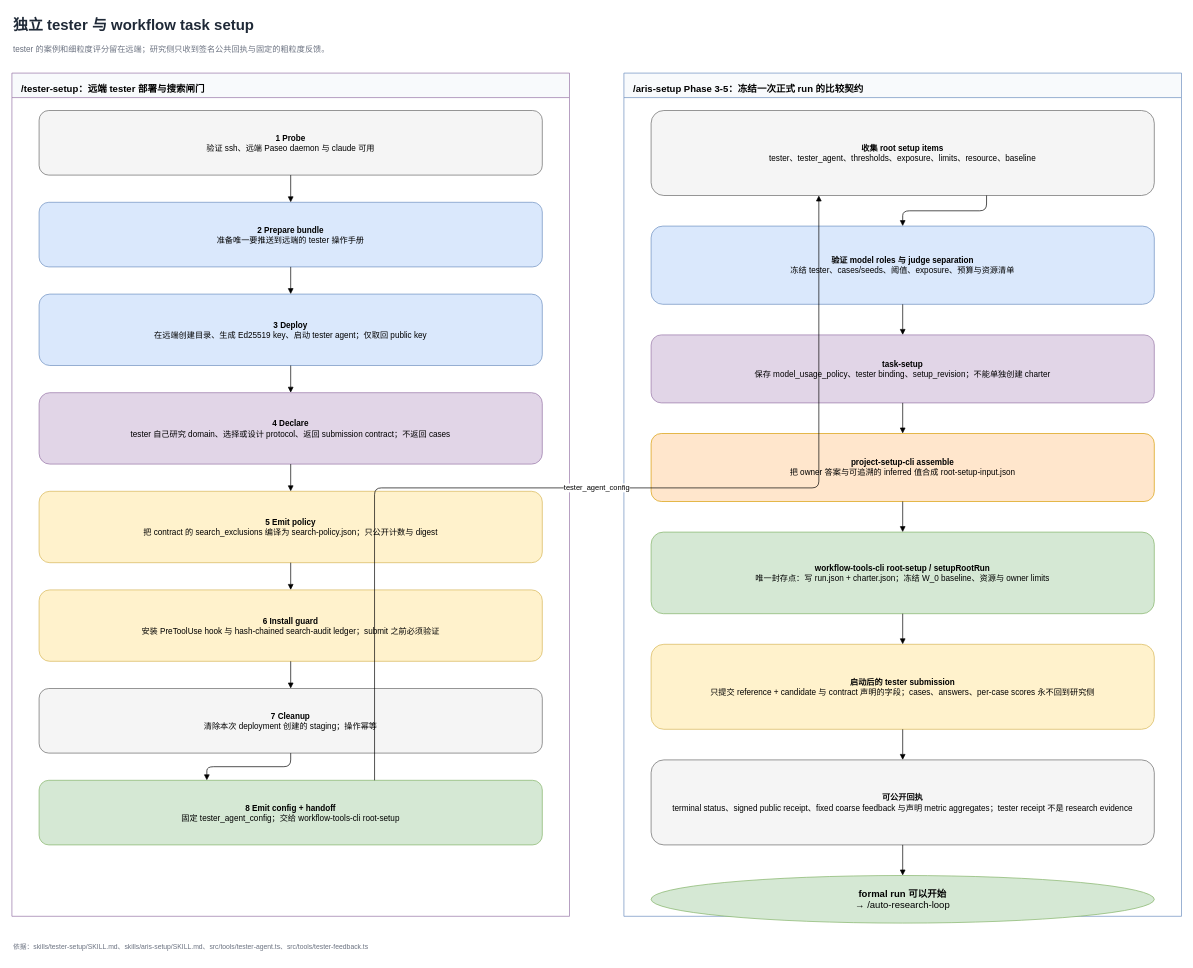
The draw.io diagram page "05 tester 与 workflow task setup" (6 of 6) of packages/Auto-claude-code-research-in-sleep/docs/auto-research-loop-and-skills-flow.drawio in justforyou16007/paseo, before the edit. Source tidied: cells renumbered, new cells numbered last; positions are measured from the earlier drawing's top-left corner, leaving out a move shared by most shapes. Both pictures are drawn from the tidied source at 68%, with x=0, y=0 at pixel (12, 12).
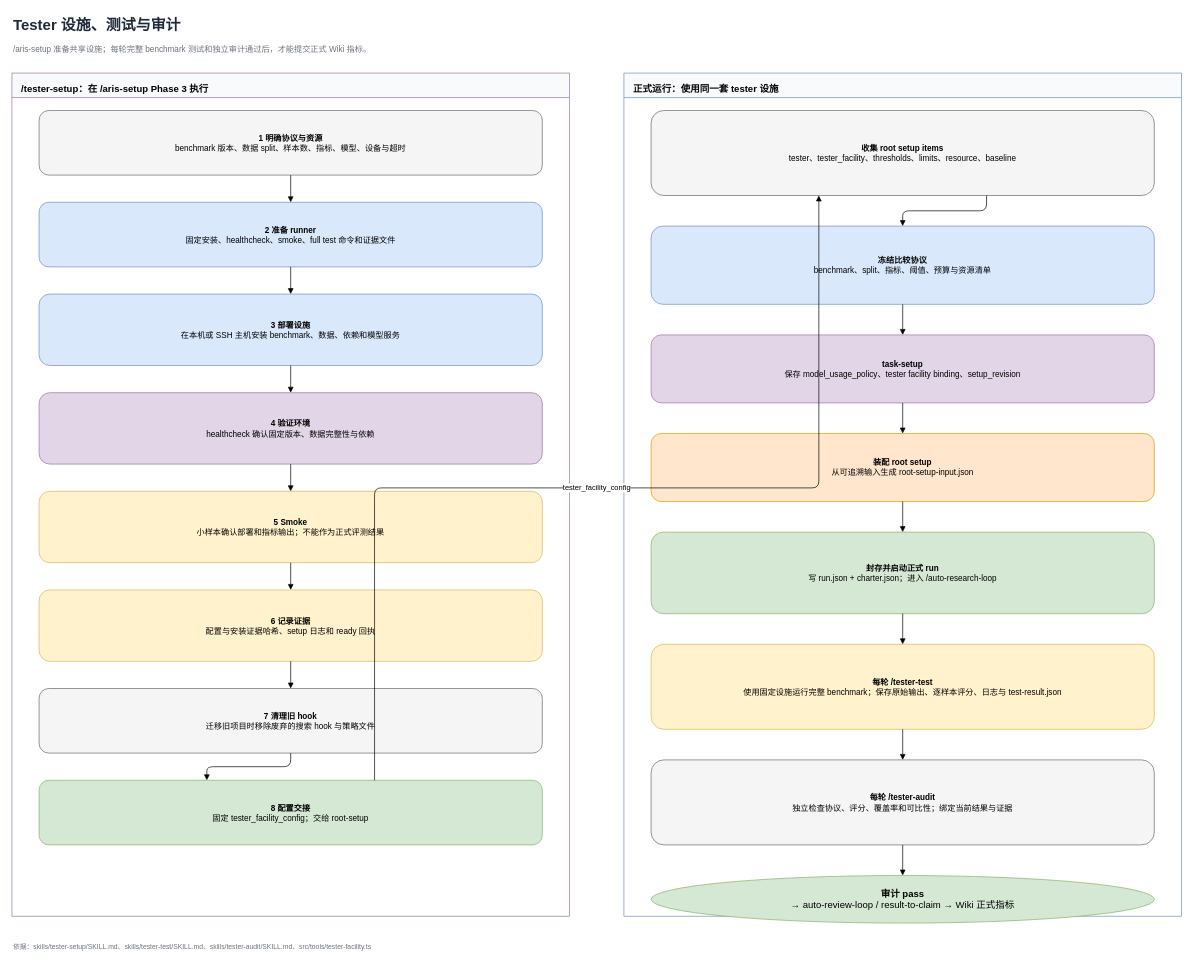
After the change.

Diff of the diagram source:
```diff
@@
-    <mxCell id="2" value="&lt;b&gt;独立 tester 与 workflow task setup&lt;/b&gt;" style="text;html=1;align=left;verticalAlign=middle;fontSize=22;fontColor=#1f2937;" parent="1" vertex="1">
+    <mxCell id="2" value="&lt;b&gt;Tester 设施、测试与审计&lt;/b&gt;" style="text;html=1;align=left;verticalAlign=middle;fontSize=22;fontColor=#1f2937;" parent="1" vertex="1">
       <mxGeometry width="1720" height="40" as="geometry" />
     </mxCell>
-    <mxCell id="3" value="tester 的案例和细粒度评分留在远端；研究侧只收到签名公共回执与固定的粗粒度反馈。" style="text;html=1;align=left;verticalAlign=middle;fontSize=12;fontColor=#6b7280;" parent="1" vertex="1">
+    <mxCell id="3" value="/aris-setup 准备共享设施；每轮完整 benchmark 测试和独立审计通过后，才能提交正式 Wiki 指标。" style="text;html=1;align=left;verticalAlign=middle;fontSize=12;fontColor=#6b7280;" parent="1" vertex="1">
       <mxGeometry y="40" width="1720" height="30" as="geometry" />
     </mxCell>
-    <mxCell id="4" value="&lt;b&gt;/tester-setup：远端 tester 部署与搜索闸门&lt;/b&gt;" style="swimlane;html=1;startSize=36;horizontal=1;fillColor=#f8fafc;strokeColor=#9673a6;verticalAlign=top;align=left;spacingTop=8;spacingLeft=12;fontSize=14;" parent="1" vertex="1">
+    <mxCell id="4" value="&lt;b&gt;/tester-setup：在 /aris-setup Phase 3 执行&lt;/b&gt;" style="swimlane;html=1;startSize=36;horizontal=1;fillColor=#f8fafc;strokeColor=#9673a6;verticalAlign=top;align=left;spacingTop=8;spacingLeft=12;fontSize=14;" parent="1" vertex="1">
       <mxGeometry y="90" width="820" height="1240" as="geometry" />
     </mxCell>
-    <mxCell id="5" value="&lt;b&gt;1 Probe&lt;/b&gt;&lt;br&gt;验证 ssh、远端 Paseo daemon 与 claude 可用" style="rounded=1;whiteSpace=wrap;html=1;fillColor=#f5f5f5;strokeColor=#666666;fontSize=12;spacing=8;" parent="4" vertex="1">
+    <mxCell id="5" value="&lt;b&gt;1 明确协议与资源&lt;/b&gt;&lt;br&gt;benchmark 版本、数据 split、样本数、指标、模型、设备与超时" style="rounded=1;whiteSpace=wrap;html=1;fillColor=#f5f5f5;strokeColor=#666666;fontSize=12;spacing=8;" parent="4" vertex="1">
       <mxGeometry x="40" y="55" width="740" height="95" as="geometry" />
     </mxCell>
-    <mxCell id="6" value="&lt;b&gt;2 Prepare bundle&lt;/b&gt;&lt;br&gt;准备唯一要推送到远端的 tester 操作手册" style="rounded=1;whiteSpace=wrap;html=1;fillColor=#dae8fc;strokeColor=#6c8ebf;fontSize=12;spacing=8;" parent="4" vertex="1">
+    <mxCell id="6" value="&lt;b&gt;2 准备 runner&lt;/b&gt;&lt;br&gt;固定安装、healthcheck、smoke、full test 命令和证据文件" style="rounded=1;whiteSpace=wrap;html=1;fillColor=#dae8fc;strokeColor=#6c8ebf;fontSize=12;spacing=8;" parent="4" vertex="1">
       <mxGeometry x="40" y="190" width="740" height="95" as="geometry" />
     </mxCell>
-    <mxCell id="7" value="&lt;b&gt;3 Deploy&lt;/b&gt;&lt;br&gt;在远端创建目录、生成 Ed25519 key、启动 tester agent；仅取回 public key" style="rounded=1;whiteSpace=wrap;html=1;fillColor=#dae8fc;strokeColor=#6c8ebf;fontSize=12;spacing=8;" parent="4" vertex="1">
+    <mxCell id="7" value="&lt;b&gt;3 部署设施&lt;/b&gt;&lt;br&gt;在本机或 SSH 主机安装 benchmark、数据、依赖和模型服务" style="rounded=1;whiteSpace=wrap;html=1;fillColor=#dae8fc;strokeColor=#6c8ebf;fontSize=12;spacing=8;" parent="4" vertex="1">
       <mxGeometry x="40" y="325" width="740" height="105" as="geometry" />
     </mxCell>
-    <mxCell id="8" value="&lt;b&gt;4 Declare&lt;/b&gt;&lt;br&gt;tester 自己研究 domain、选择或设计 protocol、返回 submission contract；不返回 cases" style="rounded=1;whiteSpace=wrap;html=1;fillColor=#e1d5e7;strokeColor=#9673a6;fontSize=12;spacing=8;" parent="4" vertex="1">
+    <mxCell id="8" value="&lt;b&gt;4 验证环境&lt;/b&gt;&lt;br&gt;healthcheck 确认固定版本、数据完整性与依赖" style="rounded=1;whiteSpace=wrap;html=1;fillColor=#e1d5e7;strokeColor=#9673a6;fontSize=12;spacing=8;" parent="4" vertex="1">
       <mxGeometry x="40" y="470" width="740" height="105" as="geometry" />
     </mxCell>
-    <mxCell id="9" value="&lt;b&gt;5 Emit policy&lt;/b&gt;&lt;br&gt;把 contract 的 search_exclusions 编译为 search-policy.json；只公开计数与 digest" style="rounded=1;whiteSpace=wrap;html=1;fillColor=#fff2cc;strokeColor=#d6b656;fontSize=12;spacing=8;" parent="4" vertex="1">
+    <mxCell id="9" value="&lt;b&gt;5 Smoke&lt;/b&gt;&lt;br&gt;小样本确认部署和指标输出；不能作为正式评测结果" style="rounded=1;whiteSpace=wrap;html=1;fillColor=#fff2cc;strokeColor=#d6b656;fontSize=12;spacing=8;" parent="4" vertex="1">
       <mxGeometry x="40" y="615" width="740" height="105" as="geometry" />
     </mxCell>
-    <mxCell id="10" value="&lt;b&gt;6 Install guard&lt;/b&gt;&lt;br&gt;安装 PreToolUse hook 与 hash-chained search-audit ledger；submit 之前必须验证" style="rounded=1;whiteSpace=wrap;html=1;fillColor=#fff2cc;strokeColor=#d6b656;fontSize=12;spacing=8;" parent="4" vertex="1">
+    <mxCell id="10" value="&lt;b&gt;6 记录证据&lt;/b&gt;&lt;br&gt;配置与安装证据哈希、setup 日志和 ready 回执" style="rounded=1;whiteSpace=wrap;html=1;fillColor=#fff2cc;strokeColor=#d6b656;fontSize=12;spacing=8;" parent="4" vertex="1">
       <mxGeometry x="40" y="760" width="740" height="105" as="geometry" />
     </mxCell>
-    <mxCell id="11" value="&lt;b&gt;7 Cleanup&lt;/b&gt;&lt;br&gt;清除本次 deployment 创建的 staging；操作幂等" style="rounded=1;whiteSpace=wrap;html=1;fillColor=#f5f5f5;strokeColor=#666666;fontSize=12;spacing=8;" parent="4" vertex="1">
+    <mxCell id="11" value="&lt;b&gt;7 清理旧 hook&lt;/b&gt;&lt;br&gt;迁移旧项目时移除废弃的搜索 hook 与策略文件" style="rounded=1;whiteSpace=wrap;html=1;fillColor=#f5f5f5;strokeColor=#666666;fontSize=12;spacing=8;" parent="4" vertex="1">
       <mxGeometry x="40" y="905" width="740" height="95" as="geometry" />
     </mxCell>
-    <mxCell id="12" value="&lt;b&gt;8 Emit config + handoff&lt;/b&gt;&lt;br&gt;固定 tester_agent_config；交给 workflow-tools-cli root-setup" style="rounded=1;whiteSpace=wrap;html=1;fillColor=#d5e8d4;strokeColor=#82b366;fontSize=12;spacing=8;" parent="4" vertex="1">
+    <mxCell id="12" value="&lt;b&gt;8 配置交接&lt;/b&gt;&lt;br&gt;固定 tester_facility_config；交给 root-setup" style="rounded=1;whiteSpace=wrap;html=1;fillColor=#d5e8d4;strokeColor=#82b366;fontSize=12;spacing=8;" parent="4" vertex="1">
       <mxGeometry x="40" y="1040" width="740" height="95" as="geometry" />
     </mxCell>
-    <mxCell id="13" value="&lt;b&gt;/aris-setup Phase 3-5：冻结一次正式 run 的比较契约&lt;/b&gt;" style="swimlane;html=1;startSize=36;horizontal=1;fillColor=#f8fafc;strokeColor=#6c8ebf;verticalAlign=top;align=left;spacingTop=8;spacingLeft=12;fontSize=14;" parent="1" vertex="1">
+    <mxCell id="13" value="&lt;b&gt;正式运行：使用同一套 tester 设施&lt;/b&gt;" style="swimlane;html=1;startSize=36;horizontal=1;fillColor=#f8fafc;strokeColor=#6c8ebf;verticalAlign=top;align=left;spacingTop=8;spacingLeft=12;fontSize=14;" parent="1" vertex="1">
       <mxGeometry x="900" y="90" width="820" height="1240" as="geometry" />
     </mxCell>
-    <mxCell id="14" value="&lt;b&gt;收集 root setup items&lt;/b&gt;&lt;br&gt;tester、tester_agent、thresholds、exposure、limits、resource、baseline" style="rounded=1;whiteSpace=wrap;html=1;fillColor=#f5f5f5;strokeColor=#666666;fontSize=12;spacing=8;" parent="13" vertex="1">
+    <mxCell id="14" value="&lt;b&gt;收集 root setup items&lt;/b&gt;&lt;br&gt;tester、tester_facility、thresholds、limits、resource、baseline" style="rounded=1;whiteSpace=wrap;html=1;fillColor=#f5f5f5;strokeColor=#666666;fontSize=12;spacing=8;" parent="13" vertex="1">
       <mxGeometry x="40" y="55" width="740" height="125" as="geometry" />
     </mxCell>
-    <mxCell id="15" value="&lt;b&gt;验证 model roles 与 judge separation&lt;/b&gt;&lt;br&gt;冻结 tester、cases/seeds、阈值、exposure、预算与资源清单" style="rounded=1;whiteSpace=wrap;html=1;fillColor=#dae8fc;strokeColor=#6c8ebf;fontSize=12;spacing=8;" parent="13" vertex="1">
+    <mxCell id="15" value="&lt;b&gt;冻结比较协议&lt;/b&gt;&lt;br&gt;benchmark、split、指标、阈值、预算与资源清单" style="rounded=1;whiteSpace=wrap;html=1;fillColor=#dae8fc;strokeColor=#6c8ebf;fontSize=12;spacing=8;" parent="13" vertex="1">
       <mxGeometry x="40" y="225" width="740" height="115" as="geometry" />
     </mxCell>
-    <mxCell id="16" value="&lt;b&gt;task-setup&lt;/b&gt;&lt;br&gt;保存 model_usage_policy、tester binding、setup_revision；不能单独创建 charter" style="rounded=1;whiteSpace=wrap;html=1;fillColor=#e1d5e7;strokeColor=#9673a6;fontSize=12;spacing=8;" parent="13" vertex="1">
+    <mxCell id="16" value="&lt;b&gt;task-setup&lt;/b&gt;&lt;br&gt;保存 model_usage_policy、tester facility binding、setup_revision" style="rounded=1;whiteSpace=wrap;html=1;fillColor=#e1d5e7;strokeColor=#9673a6;fontSize=12;spacing=8;" parent="13" vertex="1">
       <mxGeometry x="40" y="385" width="740" height="100" as="geometry" />
     </mxCell>
-    <mxCell id="17" value="&lt;b&gt;project-setup-cli assemble&lt;/b&gt;&lt;br&gt;把 owner 答案与可追溯的 inferred 值合成 root-setup-input.json" style="rounded=1;whiteSpace=wrap;html=1;fillColor=#ffe6cc;strokeColor=#d79b00;fontSize=12;spacing=8;" parent="13" vertex="1">
+    <mxCell id="17" value="&lt;b&gt;装配 root setup&lt;/b&gt;&lt;br&gt;从可追溯输入生成 root-setup-input.json" style="rounded=1;whiteSpace=wrap;html=1;fillColor=#ffe6cc;strokeColor=#d79b00;fontSize=12;spacing=8;" parent="13" vertex="1">
       <mxGeometry x="40" y="530" width="740" height="100" as="geometry" />
     </mxCell>
-    <mxCell id="18" value="&lt;b&gt;workflow-tools-cli root-setup / setupRootRun&lt;/b&gt;&lt;br&gt;唯一封存点：写 run.json + charter.json；冻结 W_0 baseline、资源与 owner limits" style="rounded=1;whiteSpace=wrap;html=1;fillColor=#d5e8d4;strokeColor=#82b366;fontSize=12;spacing=8;" parent="13" vertex="1">
+    <mxCell id="18" value="&lt;b&gt;封存并启动正式 run&lt;/b&gt;&lt;br&gt;写 run.json + charter.json；进入 /auto-research-loop" style="rounded=1;whiteSpace=wrap;html=1;fillColor=#d5e8d4;strokeColor=#82b366;fontSize=12;spacing=8;" parent="13" vertex="1">
       <mxGeometry x="40" y="675" width="740" height="120" as="geometry" />
     </mxCell>
-    <mxCell id="19" value="&lt;b&gt;启动后的 tester submission&lt;/b&gt;&lt;br&gt;只提交 reference + candidate 与 contract 声明的字段；cases、answers、per-case scores 永不回到研究侧" style="rounded=1;whiteSpace=wrap;html=1;fillColor=#fff2cc;strokeColor=#d6b656;fontSize=12;spacing=8;" parent="13" vertex="1">
+    <mxCell id="19" value="&lt;b&gt;每轮 /tester-test&lt;/b&gt;&lt;br&gt;使用固定设施运行完整 benchmark；保存原始输出、逐样本评分、日志与 test-result.json" style="rounded=1;whiteSpace=wrap;html=1;fillColor=#fff2cc;strokeColor=#d6b656;fontSize=12;spacing=8;" parent="13" vertex="1">
       <mxGeometry x="40" y="840" width="740" height="125" as="geometry" />
     </mxCell>
-    <mxCell id="20" value="&lt;b&gt;可公开回执&lt;/b&gt;&lt;br&gt;terminal status、signed public receipt、fixed coarse feedback 与声明 metric aggregates；tester receipt 不是 research evidence" style="rounded=1;whiteSpace=wrap;html=1;fillColor=#f5f5f5;strokeColor=#666666;fontSize=12;spacing=8;" parent="13" vertex="1">
+    <mxCell id="20" value="&lt;b&gt;每轮 /tester-audit&lt;/b&gt;&lt;br&gt;独立检查协议、评分、覆盖率和可比性；绑定当前结果与证据" style="rounded=1;whiteSpace=wrap;html=1;fillColor=#f5f5f5;strokeColor=#666666;fontSize=12;spacing=8;" parent="13" vertex="1">
       <mxGeometry x="40" y="1010" width="740" height="125" as="geometry" />
     </mxCell>
-    <mxCell id="21" value="&lt;b&gt;formal run 可以开始&lt;/b&gt;&lt;br&gt;→ /auto-research-loop" style="ellipse;whiteSpace=wrap;html=1;fillColor=#d5e8d4;strokeColor=#82b366;fontSize=14;spacing=8;" parent="13" vertex="1">
+    <mxCell id="21" value="&lt;b&gt;审计 pass&lt;/b&gt;&lt;br&gt;→ auto-review-loop / result-to-claim → Wiki 正式指标" style="ellipse;whiteSpace=wrap;html=1;fillColor=#d5e8d4;strokeColor=#82b366;fontSize=14;spacing=8;" parent="13" vertex="1">
       <mxGeometry x="40" y="1180" width="740" height="70" as="geometry" />
     </mxCell>
@@
-    <mxCell id="29" value="tester_agent_config" style="edgeStyle=orthogonalEdgeStyle;rounded=1;jettySize=auto;html=1;endArrow=block;endFill=1;labelBackgroundColor=#ffffff;fontSize=11;exitX=0.666667;exitY=0;exitDx=0;exitDy=0;entryX=0.333333;entryY=1;entryDx=0;entryDy=0;" parent="1" edge="1" source="12" target="14">
+    <mxCell id="29" value="tester_facility_config" style="edgeStyle=orthogonalEdgeStyle;rounded=1;jettySize=auto;html=1;endArrow=block;endFill=1;labelBackgroundColor=#ffffff;fontSize=11;exitX=0.666667;exitY=0;exitDx=0;exitDy=0;entryX=0.333333;entryY=1;entryDx=0;entryDy=0;" parent="1" edge="1" source="12" target="14">
       <mxGeometry relative="1" as="geometry" />
     </mxCell>
@@
-    <mxCell id="37" value="依据：skills/tester-setup/SKILL.md、skills/aris-setup/SKILL.md、src/tools/tester-agent.ts、src/tools/tester-feedback.ts" style="text;html=1;align=left;verticalAlign=middle;fontSize=10;fontColor=#6b7280;" parent="1" vertex="1">
+    <mxCell id="37" value="依据：skills/tester-setup/SKILL.md、skills/tester-test/SKILL.md、skills/tester-audit/SKILL.md、src/tools/tester-facility.ts" style="text;html=1;align=left;verticalAlign=middle;fontSize=10;fontColor=#6b7280;" parent="1" vertex="1">
       <mxGeometry y="1360" width="1720" height="30" as="geometry" />
     </mxCell>
```
